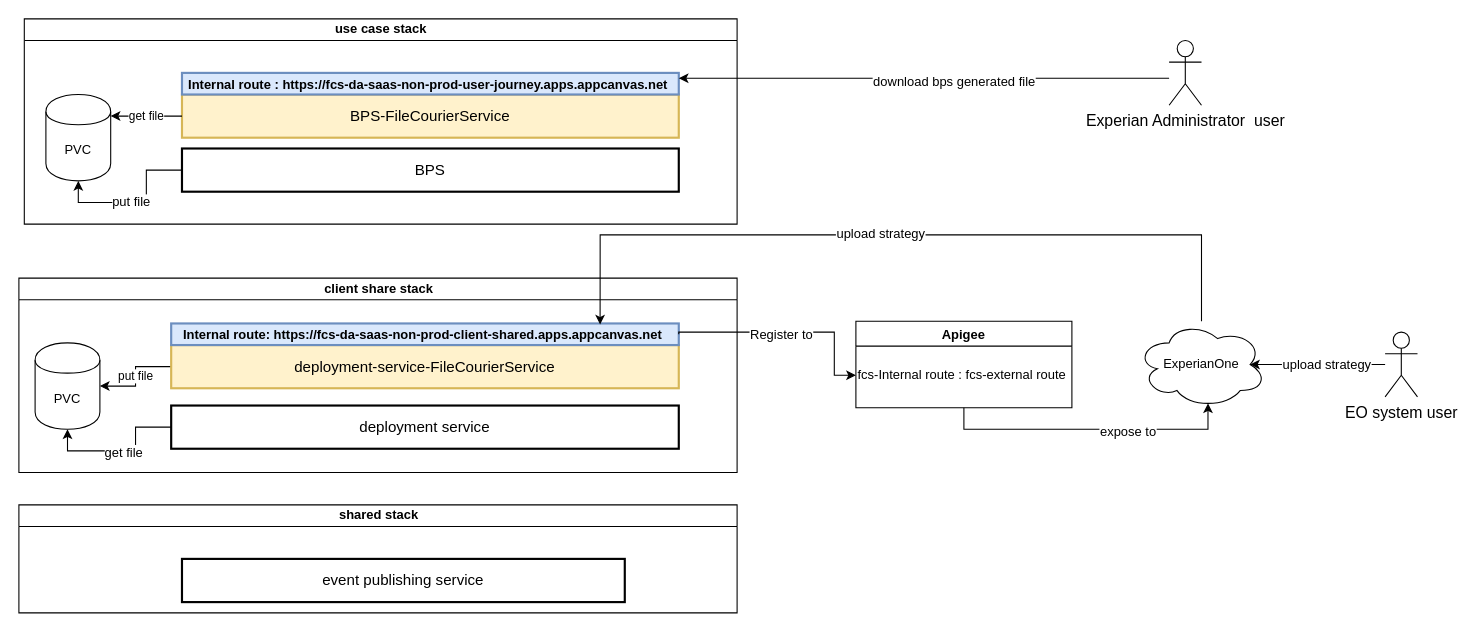
Above: page "Page-1" (1 of 2) of FileCourier.drawio in cjjian/Diagram (draw.io), before the change. Source tidied: cells renumbered, new cells numbered last; positions are measured from the earlier drawing's top-left corner, leaving out a move shared by most shapes. Both pictures are drawn from the tidied source at 108%, with x=0, y=0 at pixel (18, 18).
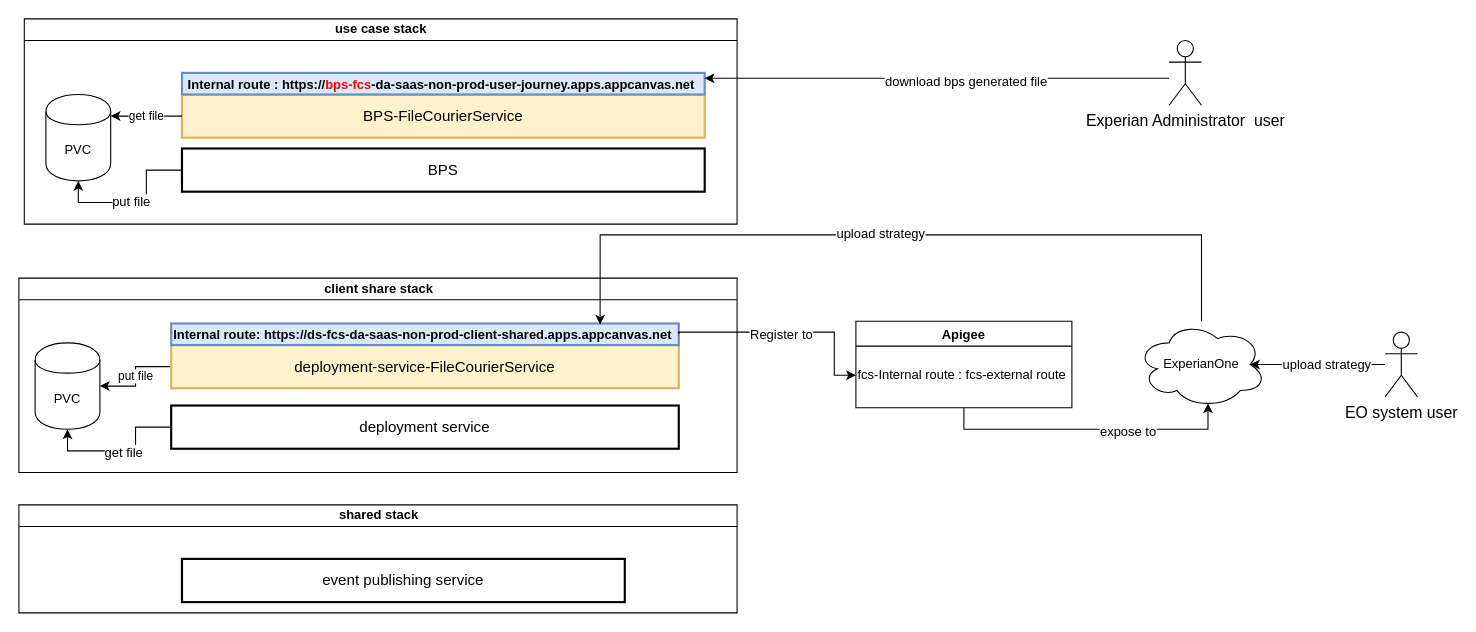
The same diagram, later.

Unchanged cells that the change refers to:
```xml
<mxCell id="2" value="use case stack" style="swimlane;html=1;startSize=20;horizontal=1;containerType=tree;" parent="1" vertex="1">
  <mxGeometry x="5" width="660" height="190" as="geometry" />
</mxCell>
<mxCell id="10" value="client share stack" style="swimlane;html=1;startSize=20;horizontal=1;containerType=tree;" parent="1" vertex="1">
  <mxGeometry y="240" width="665" height="180" as="geometry" />
</mxCell>
```

The edit, as a diff of the source:
```diff
@@
     <mxCell id="3" value="BPS-FileCourierService" style="strokeWidth=2;whiteSpace=wrap;html=1;align=center;fontSize=14;fillColor=#fff2cc;strokeColor=#d6b656;" parent="2" vertex="1">
-      <mxGeometry x="146" y="70" width="460" height="40" as="geometry" />
+      <mxGeometry x="146" y="70" width="484" height="40" as="geometry" />
     </mxCell>
@@
     <mxCell id="6" value="BPS" style="strokeWidth=2;whiteSpace=wrap;html=1;align=center;fontSize=14;" parent="2" vertex="1">
-      <mxGeometry x="146" y="120" width="460" height="40" as="geometry" />
+      <mxGeometry x="146" y="120" width="484" height="40" as="geometry" />
     </mxCell>
-    <mxCell id="7" value="&lt;b&gt;&lt;font style=&quot;font-size: 12px&quot;&gt;Internal route :&amp;nbsp;https://fcs-da-saas-non-prod-user-journey.apps.appcanvas.net&lt;/font&gt;&amp;nbsp;&lt;/b&gt;" style="strokeWidth=2;whiteSpace=wrap;html=1;align=center;fontSize=14;fillColor=#dae8fc;strokeColor=#6c8ebf;" parent="2" vertex="1">
-      <mxGeometry x="146" y="50" width="460" height="20" as="geometry" />
+    <mxCell id="7" value="&lt;b&gt;&lt;font style=&quot;font-size: 12px&quot;&gt;&lt;font&gt;Internal route :&amp;nbsp;https://&lt;font color=&quot;#ff0000&quot;&gt;bps-fcs&lt;/font&gt;-da-saas-non-prod-user-journey.apps.appcanvas.net&lt;/font&gt;&amp;nbsp;&lt;/font&gt;&lt;/b&gt;" style="strokeWidth=2;whiteSpace=wrap;html=1;align=center;fontSize=14;fillColor=#dae8fc;strokeColor=#6c8ebf;" parent="2" vertex="1">
+      <mxGeometry x="146" y="50" width="484" height="20" as="geometry" />
     </mxCell>
@@
-    <mxCell id="16" value="&lt;b&gt;&lt;font style=&quot;font-size: 12px&quot;&gt;Internal route:&amp;nbsp;https://fcs-da-saas-non-prod-client-shared.apps.appcanvas.net&lt;/font&gt;&amp;nbsp;&lt;/b&gt;" style="strokeWidth=2;whiteSpace=wrap;html=1;align=center;fontSize=14;fillColor=#dae8fc;strokeColor=#6c8ebf;" parent="10" vertex="1">
+    <mxCell id="16" value="&lt;b&gt;&lt;font style=&quot;font-size: 12px&quot;&gt;Internal route:&amp;nbsp;https://ds-fcs-da-saas-non-prod-client-shared.apps.appcanvas.net&lt;/font&gt;&amp;nbsp;&lt;/b&gt;" style="strokeWidth=2;whiteSpace=wrap;html=1;align=center;fontSize=14;fillColor=#dae8fc;strokeColor=#6c8ebf;" parent="10" vertex="1">
       <mxGeometry x="141" y="42" width="470" height="20" as="geometry" />
     </mxCell>
```
